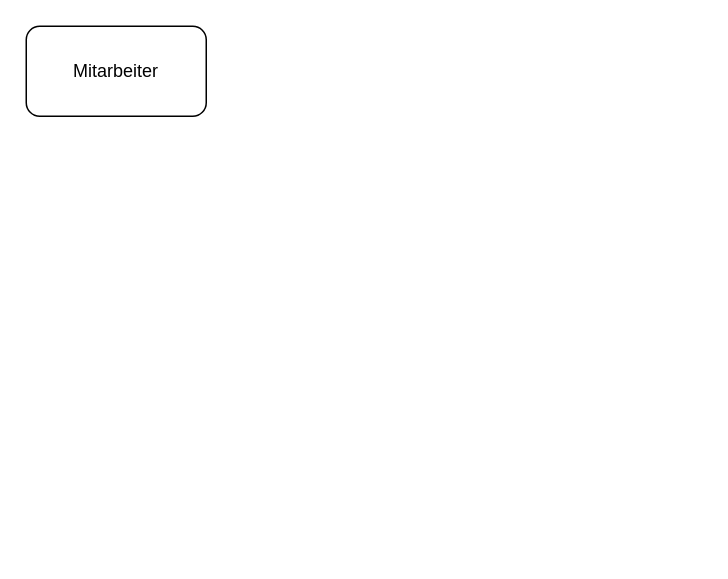
Before: uml_diagram.drawio in rebaman/swt_project, a draw.io diagram. Source tidied: cells renumbered, new cells numbered last; positions are measured from the earlier drawing's top-left corner, leaving out a move shared by most shapes. Both pictures are drawn from the tidied source at 150%, with x=0, y=0 at pixel (26, 26).
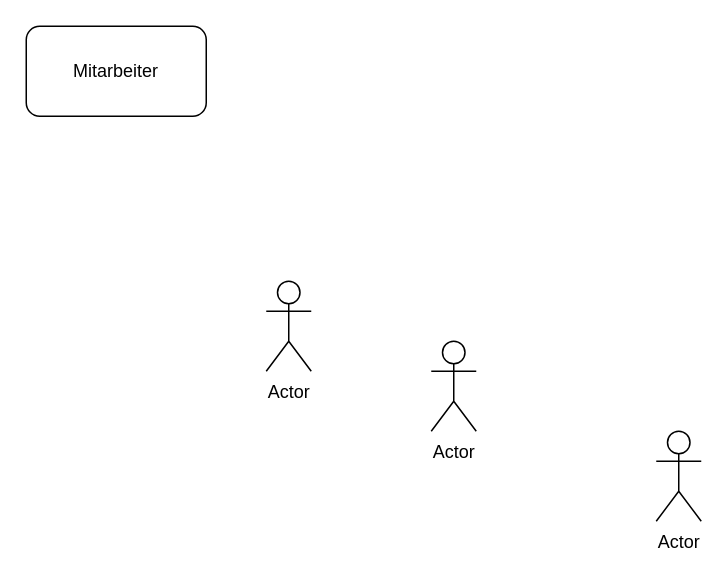
Above is the later version.

The edit, as a diff of the source:
```diff
@@
 <mxGraphModel>
   <root>
     <mxCell id="0" />
     <mxCell id="1" parent="0" />
     <mxCell id="2" value="Mitarbeiter" style="rounded=1;whiteSpace=wrap;html=1;" parent="1" vertex="1">
       <mxGeometry width="120" height="60" as="geometry" />
     </mxCell>
+    <mxCell id="3" value="Actor" style="shape=umlActor;verticalLabelPosition=bottom;verticalAlign=top;html=1;" parent="1" vertex="1">
+      <mxGeometry x="160" y="170" width="30" height="60" as="geometry" />
+    </mxCell>
+    <mxCell id="4" value="Actor" style="shape=umlActor;verticalLabelPosition=bottom;verticalAlign=top;html=1;" parent="1" vertex="1">
+      <mxGeometry x="270" y="210" width="30" height="60" as="geometry" />
+    </mxCell>
+    <mxCell id="5" value="Actor" style="shape=umlActor;verticalLabelPosition=bottom;verticalAlign=top;html=1;" parent="1" vertex="1">
+      <mxGeometry x="420" y="270" width="30" height="60" as="geometry" />
+    </mxCell>
   </root>
 </mxGraphModel>
```
